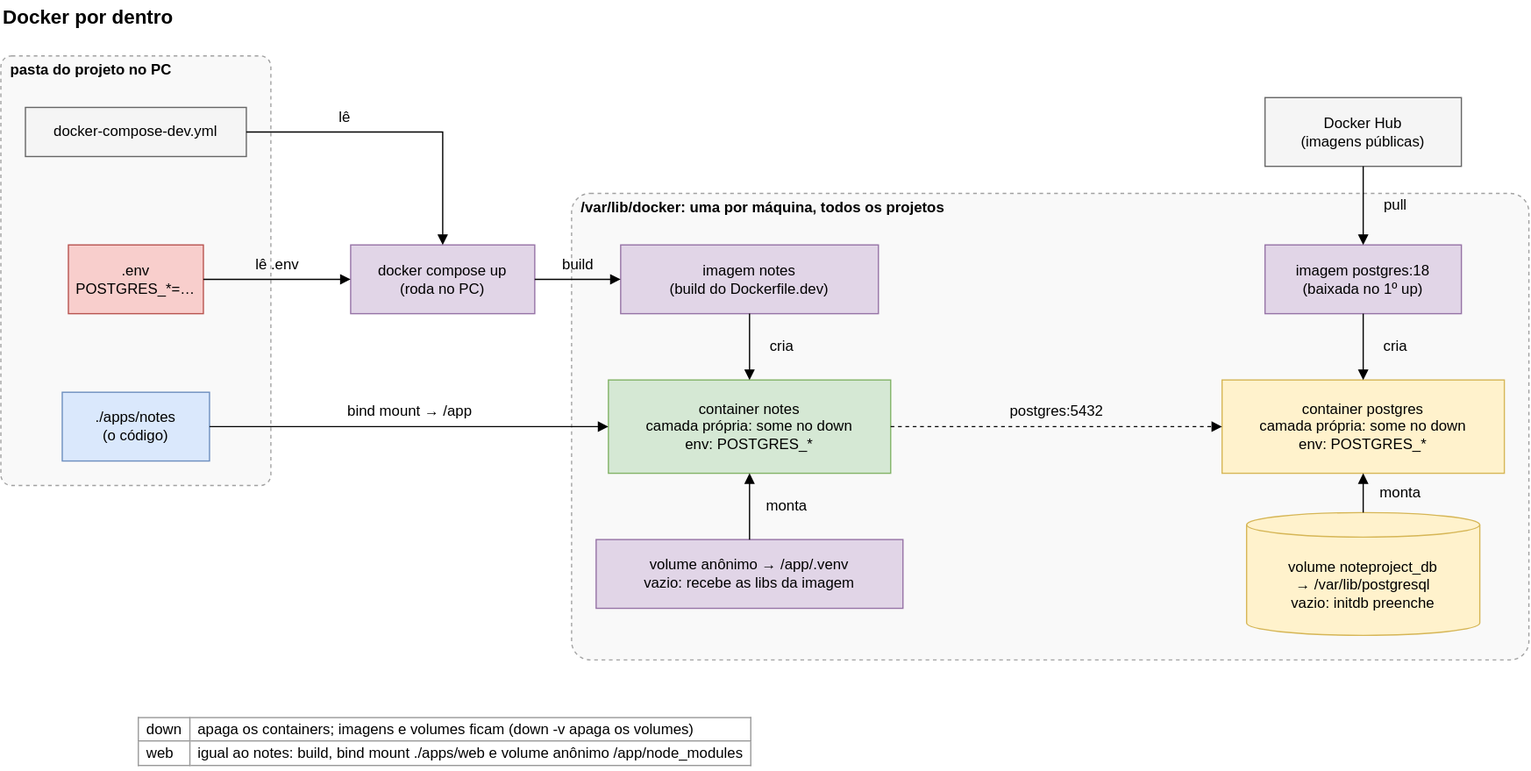
The draw.io diagram ai/kb/diagramas/docker-por-dentro.drawio.svg in LuccaRh/NoteProject, before a commit. Source tidied: cells renumbered, new cells last; positions are measured from the earlier drawing's top-left corner, leaving out a move shared by most shapes. The source it was exported from:
```xml
<mxGraphModel background="#ffffff">
  <root>
    <mxCell id="0" />
    <mxCell id="1" parent="0" />
    <mxCell id="2" value="Docker por dentro" style="text;html=1;align=left;verticalAlign=middle;fontSize=16;fontStyle=1;" parent="1" vertex="1">
      <mxGeometry width="176" height="26" as="geometry" />
    </mxCell>
    <mxCell id="3" style="rounded=1;arcSize=4;dashed=1;html=1;fontSize=12;fillColor=#f5f5f5;strokeColor=#666666;opacity=60;" parent="1" vertex="1">
      <mxGeometry x="465" y="157" width="780" height="380" as="geometry" />
    </mxCell>
    <mxCell id="4" style="rounded=1;arcSize=4;dashed=1;html=1;fontSize=12;fillColor=#f5f5f5;strokeColor=#666666;opacity=60;" parent="1" vertex="1">
      <mxGeometry y="45" width="220" height="350" as="geometry" />
    </mxCell>
    <mxCell id="5" value="docker-compose-dev.yml" style="html=1;whiteSpace=wrap;fontSize=12;rounded=0;fillColor=#f5f5f5;strokeColor=#666666;" parent="1" vertex="1">
      <mxGeometry x="20" y="87" width="180" height="40" as="geometry" />
    </mxCell>
    <mxCell id="6" value=".env&lt;br&gt;POSTGRES_*=…" style="html=1;whiteSpace=wrap;fontSize=12;rounded=0;fillColor=#f8cecc;strokeColor=#b85450;" parent="1" vertex="1">
      <mxGeometry x="55" y="199" width="110" height="56" as="geometry" />
    </mxCell>
    <mxCell id="7" value="./apps/notes&lt;br&gt;(o código)" style="html=1;whiteSpace=wrap;fontSize=12;rounded=0;fillColor=#dae8fc;strokeColor=#6c8ebf;" parent="1" vertex="1">
      <mxGeometry x="50" y="319" width="120" height="56" as="geometry" />
    </mxCell>
    <mxCell id="8" value="docker compose up&lt;br&gt;(roda no PC)" style="html=1;whiteSpace=wrap;fontSize=12;rounded=0;fillColor=#e1d5e7;strokeColor=#9673a6;" parent="1" vertex="1">
      <mxGeometry x="285" y="199" width="150" height="56" as="geometry" />
    </mxCell>
    <mxCell id="9" value="Docker Hub&lt;br&gt;(imagens públicas)" style="html=1;whiteSpace=wrap;fontSize=12;rounded=0;fillColor=#f5f5f5;strokeColor=#666666;" parent="1" vertex="1">
      <mxGeometry x="1030" y="79" width="160" height="56" as="geometry" />
    </mxCell>
    <mxCell id="10" value="imagem notes&lt;br&gt;(build do Dockerfile.dev)" style="html=1;whiteSpace=wrap;fontSize=12;rounded=0;fillColor=#e1d5e7;strokeColor=#9673a6;" parent="1" vertex="1">
      <mxGeometry x="505" y="199" width="210" height="56" as="geometry" />
    </mxCell>
    <mxCell id="11" value="imagem postgres:18&lt;br&gt;(baixada no 1º up)" style="html=1;whiteSpace=wrap;fontSize=12;rounded=0;fillColor=#e1d5e7;strokeColor=#9673a6;" parent="1" vertex="1">
      <mxGeometry x="1030" y="199" width="160" height="56" as="geometry" />
    </mxCell>
    <mxCell id="12" value="container notes&lt;br&gt;camada própria: some no down&lt;br&gt;env: POSTGRES_*" style="html=1;whiteSpace=wrap;fontSize=12;rounded=0;fillColor=#d5e8d4;strokeColor=#82b366;" parent="1" vertex="1">
      <mxGeometry x="495" y="309" width="230" height="76" as="geometry" />
    </mxCell>
    <mxCell id="13" value="container postgres&lt;br&gt;camada própria: some no down&lt;br&gt;env: POSTGRES_*" style="html=1;whiteSpace=wrap;fontSize=12;rounded=0;fillColor=#fff2cc;strokeColor=#d6b656;" parent="1" vertex="1">
      <mxGeometry x="995" y="309" width="230" height="76" as="geometry" />
    </mxCell>
    <mxCell id="14" value="volume anônimo → /app/.venv&lt;br&gt;vazio: recebe as libs da imagem" style="html=1;whiteSpace=wrap;fontSize=12;rounded=0;fillColor=#e1d5e7;strokeColor=#9673a6;" parent="1" vertex="1">
      <mxGeometry x="485" y="439" width="250" height="56" as="geometry" />
    </mxCell>
    <mxCell id="15" value="volume noteproject_db&lt;br&gt;→ /var/lib/postgresql&lt;br&gt;vazio: initdb preenche" style="html=1;whiteSpace=wrap;fontSize=12;shape=cylinder3;boundedLbl=1;backgroundOutline=1;size=10;fillColor=#fff2cc;strokeColor=#d6b656;" parent="1" vertex="1">
      <mxGeometry x="1015" y="417" width="190" height="100" as="geometry" />
    </mxCell>
    <mxCell id="16" style="html=1;rounded=0;endArrow=block;endFill=1;startArrow=none;" parent="1" edge="1">
      <mxGeometry relative="1" as="geometry">
        <mxPoint x="200" y="107" as="sourcePoint" />
        <mxPoint x="360" y="199" as="targetPoint" />
        <Array as="points">
          <mxPoint x="360" y="107" />
        </Array>
      </mxGeometry>
    </mxCell>
    <mxCell id="17" style="html=1;rounded=0;endArrow=block;endFill=1;startArrow=none;" parent="1" edge="1">
      <mxGeometry relative="1" as="geometry">
        <mxPoint x="165" y="227" as="sourcePoint" />
        <mxPoint x="285" y="227" as="targetPoint" />
      </mxGeometry>
    </mxCell>
    <mxCell id="18" style="html=1;rounded=0;endArrow=block;endFill=1;startArrow=none;" parent="1" edge="1">
      <mxGeometry relative="1" as="geometry">
        <mxPoint x="435" y="227" as="sourcePoint" />
        <mxPoint x="505" y="227" as="targetPoint" />
      </mxGeometry>
    </mxCell>
    <mxCell id="19" style="html=1;rounded=0;endArrow=block;endFill=1;startArrow=none;" parent="1" edge="1">
      <mxGeometry relative="1" as="geometry">
        <mxPoint x="1110" y="135" as="sourcePoint" />
        <mxPoint x="1110" y="199" as="targetPoint" />
      </mxGeometry>
    </mxCell>
    <mxCell id="20" style="html=1;rounded=0;endArrow=block;endFill=1;startArrow=none;" parent="1" edge="1">
      <mxGeometry relative="1" as="geometry">
        <mxPoint x="610" y="255" as="sourcePoint" />
        <mxPoint x="610" y="309" as="targetPoint" />
      </mxGeometry>
    </mxCell>
    <mxCell id="21" style="html=1;rounded=0;endArrow=block;endFill=1;startArrow=none;" parent="1" edge="1">
      <mxGeometry relative="1" as="geometry">
        <mxPoint x="1110" y="255" as="sourcePoint" />
        <mxPoint x="1110" y="309" as="targetPoint" />
      </mxGeometry>
    </mxCell>
    <mxCell id="22" style="html=1;rounded=0;endArrow=block;endFill=1;startArrow=none;" parent="1" edge="1">
      <mxGeometry relative="1" as="geometry">
        <mxPoint x="170" y="347" as="sourcePoint" />
        <mxPoint x="495" y="347" as="targetPoint" />
      </mxGeometry>
    </mxCell>
    <mxCell id="23" style="html=1;rounded=0;endArrow=block;endFill=1;startArrow=none;" parent="1" edge="1">
      <mxGeometry relative="1" as="geometry">
        <mxPoint x="610" y="439" as="sourcePoint" />
        <mxPoint x="610" y="385" as="targetPoint" />
      </mxGeometry>
    </mxCell>
    <mxCell id="24" style="html=1;rounded=0;endArrow=block;endFill=1;startArrow=none;" parent="1" edge="1">
      <mxGeometry relative="1" as="geometry">
        <mxPoint x="1110" y="417" as="sourcePoint" />
        <mxPoint x="1110" y="385" as="targetPoint" />
      </mxGeometry>
    </mxCell>
    <mxCell id="25" style="html=1;rounded=0;endArrow=block;endFill=1;startArrow=none;dashed=1;" parent="1" edge="1">
      <mxGeometry relative="1" as="geometry">
        <mxPoint x="725" y="347" as="sourcePoint" />
        <mxPoint x="995" y="347" as="targetPoint" />
      </mxGeometry>
    </mxCell>
    <mxCell id="26" value="&lt;b&gt;pasta do projeto no PC&lt;/b&gt;" style="text;html=1;align=left;verticalAlign=middle;fontSize=12;" parent="1" vertex="1">
      <mxGeometry x="6" y="48" width="170" height="18" as="geometry" />
    </mxCell>
    <mxCell id="27" value="&lt;b&gt;/var/lib/docker: uma por máquina, todos os projetos&lt;/b&gt;" style="text;html=1;align=left;verticalAlign=middle;fontSize=12;" parent="1" vertex="1">
      <mxGeometry x="471" y="160" width="373" height="18" as="geometry" />
    </mxCell>
    <mxCell id="28" value="lê" style="text;html=1;align=center;verticalAlign=middle;fontSize=12;" parent="1" vertex="1">
      <mxGeometry x="265" y="86" width="30" height="18" as="geometry" />
    </mxCell>
    <mxCell id="29" value="lê .env" style="text;html=1;align=center;verticalAlign=middle;fontSize=12;" parent="1" vertex="1">
      <mxGeometry x="192" y="206" width="65" height="18" as="geometry" />
    </mxCell>
    <mxCell id="30" value="build" style="text;html=1;align=center;verticalAlign=middle;fontSize=12;" parent="1" vertex="1">
      <mxGeometry x="444" y="206" width="51" height="18" as="geometry" />
    </mxCell>
    <mxCell id="31" value="pull" style="text;html=1;align=center;verticalAlign=middle;fontSize=12;" parent="1" vertex="1">
      <mxGeometry x="1114" y="158" width="44" height="18" as="geometry" />
    </mxCell>
    <mxCell id="32" value="cria" style="text;html=1;align=center;verticalAlign=middle;fontSize=12;" parent="1" vertex="1">
      <mxGeometry x="614" y="273" width="44" height="18" as="geometry" />
    </mxCell>
    <mxCell id="33" value="cria" style="text;html=1;align=center;verticalAlign=middle;fontSize=12;" parent="1" vertex="1">
      <mxGeometry x="1114" y="273" width="44" height="18" as="geometry" />
    </mxCell>
    <mxCell id="34" value="bind mount → /app" style="text;html=1;align=center;verticalAlign=middle;fontSize=12;" parent="1" vertex="1">
      <mxGeometry x="265" y="326" width="135" height="18" as="geometry" />
    </mxCell>
    <mxCell id="35" value="monta" style="text;html=1;align=center;verticalAlign=middle;fontSize=12;" parent="1" vertex="1">
      <mxGeometry x="614" y="403" width="51" height="18" as="geometry" />
    </mxCell>
    <mxCell id="36" value="monta" style="text;html=1;align=center;verticalAlign=middle;fontSize=12;" parent="1" vertex="1">
      <mxGeometry x="1114" y="392" width="51" height="18" as="geometry" />
    </mxCell>
    <mxCell id="37" value="postgres:5432" style="text;html=1;align=center;verticalAlign=middle;fontSize=12;" parent="1" vertex="1">
      <mxGeometry x="806" y="326" width="107" height="18" as="geometry" />
    </mxCell>
    <mxCell id="38" value="&lt;table style=&quot;border-collapse:collapse;font-size:12px&quot;&gt;&lt;tr&gt;&lt;td style=&quot;border:1px solid #999;padding:2px 6px;text-align:left&quot;&gt;down&lt;/td&gt;&lt;td style=&quot;border:1px solid #999;padding:2px 6px;text-align:left&quot;&gt;apaga os containers; imagens e volumes ficam (down -v apaga os volumes)&lt;/td&gt;&lt;/tr&gt;&lt;tr&gt;&lt;td style=&quot;border:1px solid #999;padding:2px 6px;text-align:left&quot;&gt;web&lt;/td&gt;&lt;td style=&quot;border:1px solid #999;padding:2px 6px;text-align:left&quot;&gt;igual ao notes: build, bind mount ./apps/web e volume anônimo /app/node_modules&lt;/td&gt;&lt;/tr&gt;&lt;/table&gt;" style="text;html=1;align=left;verticalAlign=top;whiteSpace=wrap;fontSize=12;" parent="1" vertex="1">
      <mxGeometry x="110" y="577" width="626" height="50" as="geometry" />
    </mxCell>
  </root>
</mxGraphModel>
```
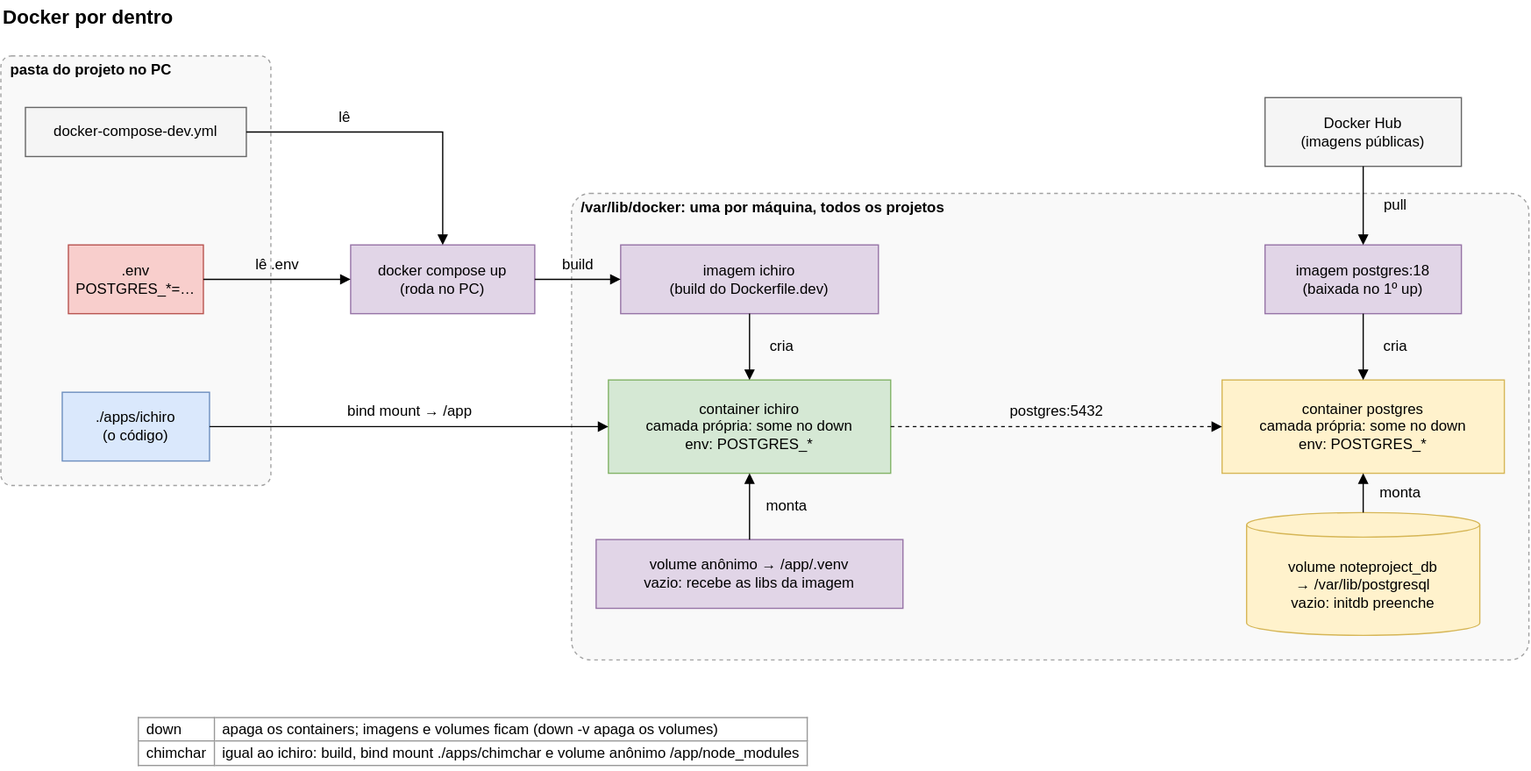
After the commit.

Diff of the diagram source:
```diff
@@ -17,7 +17,7 @@
     <mxCell id="6" value=".env&lt;br&gt;POSTGRES_*=…" style="html=1;whiteSpace=wrap;fontSize=12;rounded=0;fillColor=#f8cecc;strokeColor=#b85450;" parent="1" vertex="1">
       <mxGeometry x="55" y="199" width="110" height="56" as="geometry" />
     </mxCell>
-    <mxCell id="7" value="./apps/notes&lt;br&gt;(o código)" style="html=1;whiteSpace=wrap;fontSize=12;rounded=0;fillColor=#dae8fc;strokeColor=#6c8ebf;" parent="1" vertex="1">
+    <mxCell id="7" value="./apps/ichiro&lt;br&gt;(o código)" style="html=1;whiteSpace=wrap;fontSize=12;rounded=0;fillColor=#dae8fc;strokeColor=#6c8ebf;" parent="1" vertex="1">
       <mxGeometry x="50" y="319" width="120" height="56" as="geometry" />
     </mxCell>
     <mxCell id="8" value="docker compose up&lt;br&gt;(roda no PC)" style="html=1;whiteSpace=wrap;fontSize=12;rounded=0;fillColor=#e1d5e7;strokeColor=#9673a6;" parent="1" vertex="1">
@@ -26,13 +26,13 @@
     <mxCell id="9" value="Docker Hub&lt;br&gt;(imagens públicas)" style="html=1;whiteSpace=wrap;fontSize=12;rounded=0;fillColor=#f5f5f5;strokeColor=#666666;" parent="1" vertex="1">
       <mxGeometry x="1030" y="79" width="160" height="56" as="geometry" />
     </mxCell>
-    <mxCell id="10" value="imagem notes&lt;br&gt;(build do Dockerfile.dev)" style="html=1;whiteSpace=wrap;fontSize=12;rounded=0;fillColor=#e1d5e7;strokeColor=#9673a6;" parent="1" vertex="1">
+    <mxCell id="10" value="imagem ichiro&lt;br&gt;(build do Dockerfile.dev)" style="html=1;whiteSpace=wrap;fontSize=12;rounded=0;fillColor=#e1d5e7;strokeColor=#9673a6;" parent="1" vertex="1">
       <mxGeometry x="505" y="199" width="210" height="56" as="geometry" />
     </mxCell>
     <mxCell id="11" value="imagem postgres:18&lt;br&gt;(baixada no 1º up)" style="html=1;whiteSpace=wrap;fontSize=12;rounded=0;fillColor=#e1d5e7;strokeColor=#9673a6;" parent="1" vertex="1">
       <mxGeometry x="1030" y="199" width="160" height="56" as="geometry" />
     </mxCell>
-    <mxCell id="12" value="container notes&lt;br&gt;camada própria: some no down&lt;br&gt;env: POSTGRES_*" style="html=1;whiteSpace=wrap;fontSize=12;rounded=0;fillColor=#d5e8d4;strokeColor=#82b366;" parent="1" vertex="1">
+    <mxCell id="12" value="container ichiro&lt;br&gt;camada própria: some no down&lt;br&gt;env: POSTGRES_*" style="html=1;whiteSpace=wrap;fontSize=12;rounded=0;fillColor=#d5e8d4;strokeColor=#82b366;" parent="1" vertex="1">
       <mxGeometry x="495" y="309" width="230" height="76" as="geometry" />
     </mxCell>
     <mxCell id="13" value="container postgres&lt;br&gt;camada própria: some no down&lt;br&gt;env: POSTGRES_*" style="html=1;whiteSpace=wrap;fontSize=12;rounded=0;fillColor=#fff2cc;strokeColor=#d6b656;" parent="1" vertex="1">
@@ -143,8 +143,8 @@
     <mxCell id="37" value="postgres:5432" style="text;html=1;align=center;verticalAlign=middle;fontSize=12;" parent="1" vertex="1">
       <mxGeometry x="806" y="326" width="107" height="18" as="geometry" />
     </mxCell>
-    <mxCell id="38" value="&lt;table style=&quot;border-collapse:collapse;font-size:12px&quot;&gt;&lt;tr&gt;&lt;td style=&quot;border:1px solid #999;padding:2px 6px;text-align:left&quot;&gt;down&lt;/td&gt;&lt;td style=&quot;border:1px solid #999;padding:2px 6px;text-align:left&quot;&gt;apaga os containers; imagens e volumes ficam (down -v apaga os volumes)&lt;/td&gt;&lt;/tr&gt;&lt;tr&gt;&lt;td style=&quot;border:1px solid #999;padding:2px 6px;text-align:left&quot;&gt;web&lt;/td&gt;&lt;td style=&quot;border:1px solid #999;padding:2px 6px;text-align:left&quot;&gt;igual ao notes: build, bind mount ./apps/web e volume anônimo /app/node_modules&lt;/td&gt;&lt;/tr&gt;&lt;/table&gt;" style="text;html=1;align=left;verticalAlign=top;whiteSpace=wrap;fontSize=12;" parent="1" vertex="1">
-      <mxGeometry x="110" y="577" width="626" height="50" as="geometry" />
+    <mxCell id="38" value="&lt;table style=&quot;border-collapse:collapse;font-size:12px&quot;&gt;&lt;tr&gt;&lt;td style=&quot;border:1px solid #999;padding:2px 6px;text-align:left&quot;&gt;down&lt;/td&gt;&lt;td style=&quot;border:1px solid #999;padding:2px 6px;text-align:left&quot;&gt;apaga os containers; imagens e volumes ficam (down -v apaga os volumes)&lt;/td&gt;&lt;/tr&gt;&lt;tr&gt;&lt;td style=&quot;border:1px solid #999;padding:2px 6px;text-align:left&quot;&gt;chimchar&lt;/td&gt;&lt;td style=&quot;border:1px solid #999;padding:2px 6px;text-align:left&quot;&gt;igual ao ichiro: build, bind mount ./apps/chimchar e volume anônimo /app/node_modules&lt;/td&gt;&lt;/tr&gt;&lt;/table&gt;" style="text;html=1;align=left;verticalAlign=top;whiteSpace=wrap;fontSize=12;" parent="1" vertex="1">
+      <mxGeometry x="110" y="577" width="696" height="50" as="geometry" />
     </mxCell>
   </root>
 </mxGraphModel>
```
